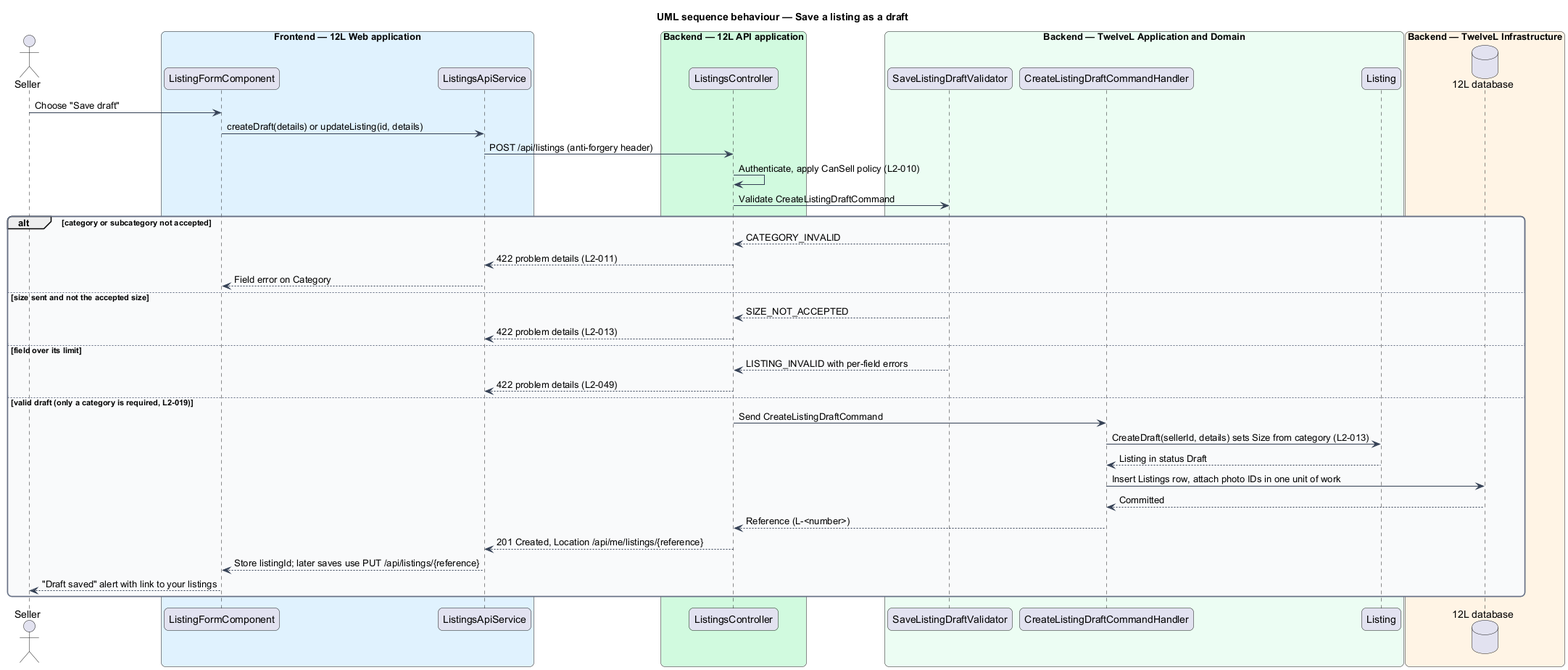
This is docs/detailed-designs/listings/create-listing/diagrams/sequence-save-draft.png from QuinntyneBrown/12l, a PlantUML export, as it was before one commit.
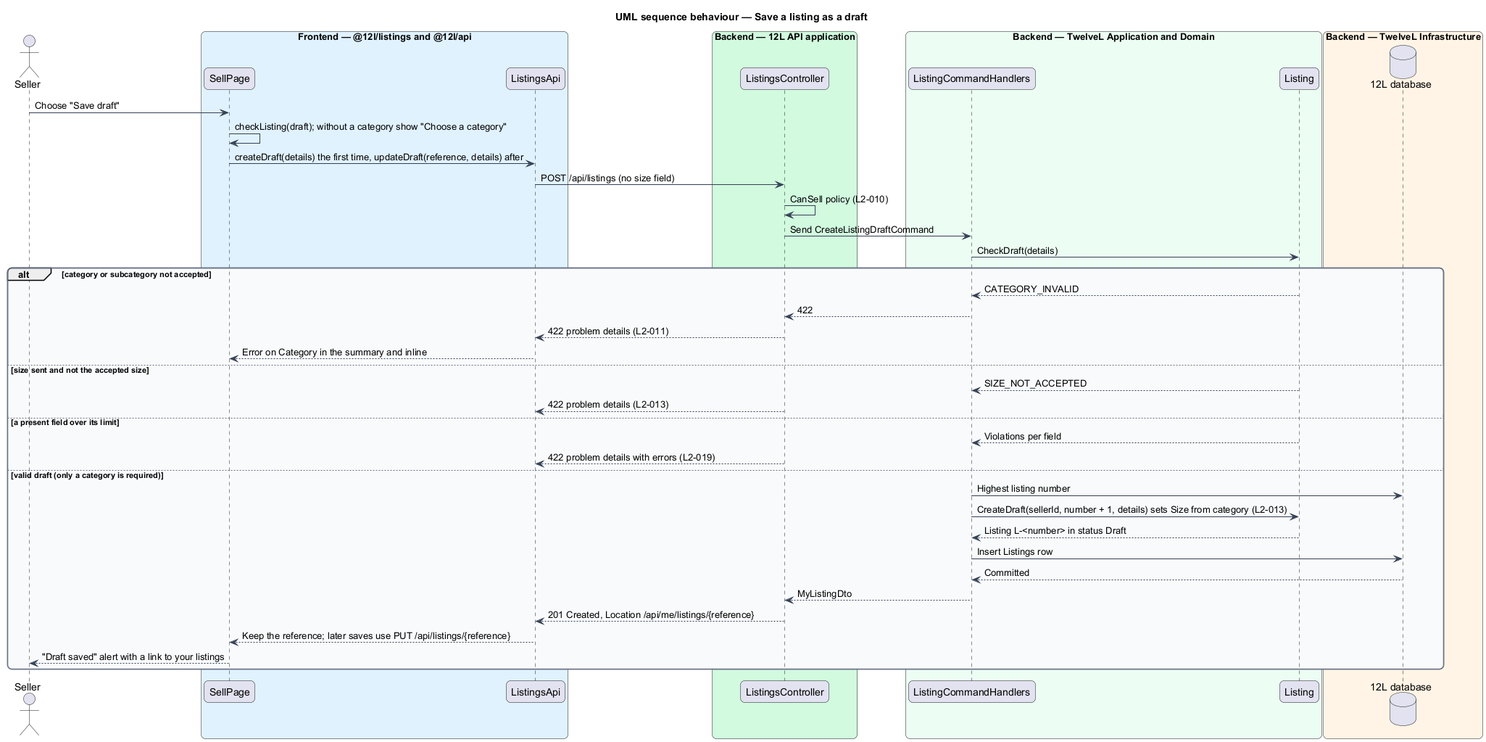
After the change.

What changed in the source:
```diff
@@ -15,45 +15,47 @@
   BackgroundColor #F9FAFB
 }
 actor "Seller" as actor
-box "Frontend — 12L Web application" #E0F2FE
-  participant "ListingFormComponent" as form
-  participant "ListingsApiService" as client
+box "Frontend — @12l/listings and @12l/api" #E0F2FE
+  participant "SellPage" as form
+  participant "ListingsApi" as client
 end box
 box "Backend — 12L API application" #D1FADF
   participant "ListingsController" as controller
 end box
 box "Backend — TwelveL Application and Domain" #ECFDF3
-  participant "SaveListingDraftValidator" as validator
-  participant "CreateListingDraftCommandHandler" as handler
+  participant "ListingCommandHandlers" as handler
   participant "Listing" as entity
 end box
 box "Backend — TwelveL Infrastructure" #FFF4E5
   database "12L database" as db
 end box
 actor -> form : Choose "Save draft"
-form -> client : createDraft(details) or updateListing(id, details)
-client -> controller : POST /api/listings (anti-forgery header)
-controller -> controller : Authenticate, apply CanSell policy (L2-010)
-controller -> validator : Validate CreateListingDraftCommand
+form -> form : checkListing(draft); without a category show "Choose a category"
+form -> client : createDraft(details) the first time, updateDraft(reference, details) after
+client -> controller : POST /api/listings (no size field)
+controller -> controller : CanSell policy (L2-010)
+controller -> handler : Send CreateListingDraftCommand
+handler -> entity : CheckDraft(details)
 alt category or subcategory not accepted
-  validator --> controller : CATEGORY_INVALID
+  entity --> handler : CATEGORY_INVALID
+  handler --> controller : 422
   controller --> client : 422 problem details (L2-011)
-  client --> form : Field error on Category
+  client --> form : Error on Category in the summary and inline
 else size sent and not the accepted size
-  validator --> controller : SIZE_NOT_ACCEPTED
+  entity --> handler : SIZE_NOT_ACCEPTED
   controller --> client : 422 problem details (L2-013)
-else field over its limit
-  validator --> controller : LISTING_INVALID with per-field errors
-  controller --> client : 422 problem details (L2-049)
-else valid draft (only a category is required, L2-019)
-  controller -> handler : Send CreateListingDraftCommand
-  handler -> entity : CreateDraft(sellerId, details) sets Size from category (L2-013)
-  entity --> handler : Listing in status Draft
-  handler -> db : Insert Listings row, attach photo IDs in one unit of work
+else a present field over its limit
+  entity --> handler : Violations per field
+  controller --> client : 422 problem details with errors (L2-019)
+else valid draft (only a category is required)
+  handler -> db : Highest listing number
+  handler -> entity : CreateDraft(sellerId, number + 1, details) sets Size from category (L2-013)
+  entity --> handler : Listing L-<number> in status Draft
+  handler -> db : Insert Listings row
   db --> handler : Committed
-  handler --> controller : Reference (L-<number>)
+  handler --> controller : MyListingDto
   controller --> client : 201 Created, Location /api/me/listings/{reference}
-  client --> form : Store listingId; later saves use PUT /api/listings/{reference}
-  form --> actor : "Draft saved" alert with link to your listings
+  client --> form : Keep the reference; later saves use PUT /api/listings/{reference}
+  form --> actor : "Draft saved" alert with a link to your listings
 end
 @enduml
```
